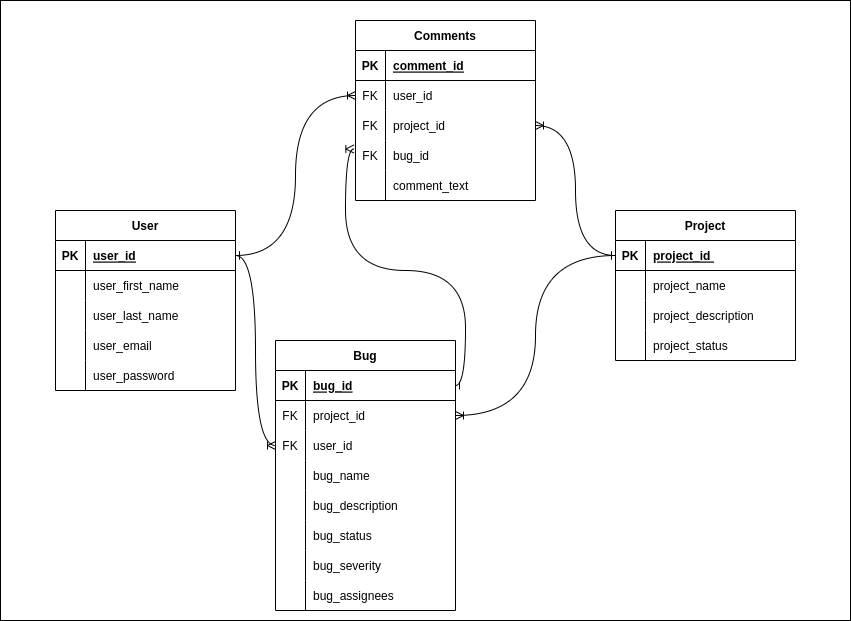
Before: erd.png, a diagram exported from draw.io (janshermarri/bug-sense-main). Source tidied: cells renumbered, new cells last; positions are measured from the earlier drawing's top-left corner, leaving out a move shared by most shapes.
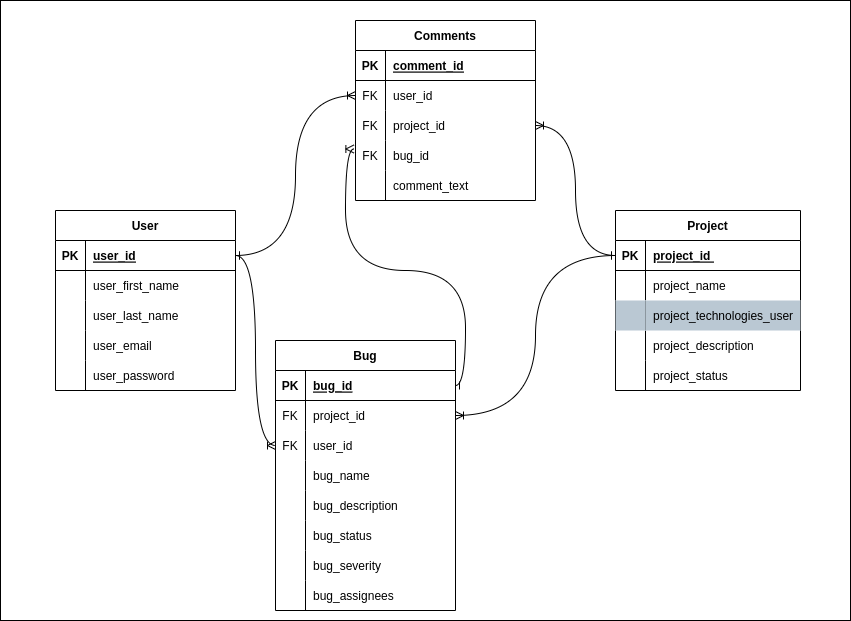
After the change.

Commit message:
BS-1: Updated erd as per the models.py file

Change to the diagram source:
```diff
@@ -6,43 +6,52 @@
       <mxGeometry width="850" height="620" as="geometry" />
     </mxCell>
     <mxCell id="3" value="Project" style="shape=table;startSize=30;rowLines=0;fontStyle=1;align=center;" parent="1" vertex="1">
-      <mxGeometry x="615" y="210" width="180" height="150" as="geometry" />
+      <mxGeometry x="615" y="210" width="185" height="180" as="geometry" />
     </mxCell>
     <mxCell id="4" style="shape=partialRectangle;fillColor=none;top=0;left=0;bottom=1;right=0;points=[[0,0.5],[1,0.5]];portConstraint=eastwest;" parent="3" vertex="1">
-      <mxGeometry y="30" width="180" height="30" as="geometry" />
+      <mxGeometry y="30" width="185" height="30" as="geometry" />
     </mxCell>
     <mxCell id="5" value="PK" style="shape=partialRectangle;fillColor=none;top=0;left=0;bottom=0;right=0;fontStyle=1;overflow=hidden;" parent="4" vertex="1">
       <mxGeometry width="30" height="30" as="geometry" />
     </mxCell>
     <mxCell id="6" value="project_id " style="shape=partialRectangle;fillColor=none;top=0;left=0;bottom=0;right=0;align=left;spacingLeft=6;fontStyle=5;overflow=hidden;" parent="4" vertex="1">
-      <mxGeometry x="30" width="150" height="30" as="geometry" />
+      <mxGeometry x="30" width="155" height="30" as="geometry" />
     </mxCell>
     <mxCell id="7" style="shape=partialRectangle;fillColor=none;top=0;left=0;bottom=0;right=0;" parent="3" vertex="1">
-      <mxGeometry y="60" width="180" height="30" as="geometry" />
+      <mxGeometry y="60" width="185" height="30" as="geometry" />
     </mxCell>
     <mxCell id="8" style="shape=partialRectangle;fillColor=none;top=0;left=0;bottom=0;right=0;overflow=hidden;" parent="7" vertex="1">
       <mxGeometry width="30" height="30" as="geometry" />
     </mxCell>
     <mxCell id="9" value="project_name" style="shape=partialRectangle;fillColor=none;top=0;left=0;bottom=0;right=0;align=left;spacingLeft=6;overflow=hidden;" parent="7" vertex="1">
-      <mxGeometry x="30" width="150" height="30" as="geometry" />
+      <mxGeometry x="30" width="155" height="30" as="geometry" />
     </mxCell>
+    <mxCell id="78" style="shape=partialRectangle;fillColor=none;top=0;left=0;bottom=0;right=0;" parent="3" vertex="1">
+      <mxGeometry y="90" width="185" height="30" as="geometry" />
+    </mxCell>
+    <mxCell id="79" style="shape=partialRectangle;fillColor=#bac8d3;top=0;left=0;bottom=0;right=0;overflow=hidden;strokeColor=#23445d;" parent="78" vertex="1">
+      <mxGeometry width="30" height="30" as="geometry" />
+    </mxCell>
+    <mxCell id="80" value="project_technologies_user" style="shape=partialRectangle;fillColor=#bac8d3;top=0;left=0;bottom=0;right=0;align=left;spacingLeft=6;overflow=hidden;strokeColor=#23445d;" parent="78" vertex="1">
+      <mxGeometry x="30" width="155" height="30" as="geometry" />
+    </mxCell>
     <mxCell id="10" style="shape=partialRectangle;fillColor=none;top=0;left=0;bottom=0;right=0;" parent="3" vertex="1">
-      <mxGeometry y="90" width="180" height="30" as="geometry" />
+      <mxGeometry y="120" width="185" height="30" as="geometry" />
     </mxCell>
     <mxCell id="11" style="shape=partialRectangle;fillColor=none;top=0;left=0;bottom=0;right=0;overflow=hidden;" parent="10" vertex="1">
       <mxGeometry width="30" height="30" as="geometry" />
     </mxCell>
     <mxCell id="12" value="project_description" style="shape=partialRectangle;fillColor=none;top=0;left=0;bottom=0;right=0;align=left;spacingLeft=6;overflow=hidden;" parent="10" vertex="1">
-      <mxGeometry x="30" width="150" height="30" as="geometry" />
+      <mxGeometry x="30" width="155" height="30" as="geometry" />
     </mxCell>
     <mxCell id="13" style="shape=partialRectangle;fillColor=none;top=0;left=0;bottom=0;right=0;" parent="3" vertex="1">
-      <mxGeometry y="120" width="180" height="30" as="geometry" />
+      <mxGeometry y="150" width="185" height="30" as="geometry" />
     </mxCell>
     <mxCell id="14" style="shape=partialRectangle;fillColor=none;top=0;left=0;bottom=0;right=0;overflow=hidden;" parent="13" vertex="1">
       <mxGeometry width="30" height="30" as="geometry" />
     </mxCell>
     <mxCell id="15" value="project_status" style="shape=partialRectangle;fillColor=none;top=0;left=0;bottom=0;right=0;align=left;spacingLeft=6;overflow=hidden;" parent="13" vertex="1">
-      <mxGeometry x="30" width="150" height="30" as="geometry" />
+      <mxGeometry x="30" width="155" height="30" as="geometry" />
     </mxCell>
     <mxCell id="16" value="Bug" style="shape=table;startSize=30;rowLines=0;fontStyle=1;align=center;" parent="1" vertex="1">
       <mxGeometry x="275" y="340" width="180" height="270" as="geometry" />
```
